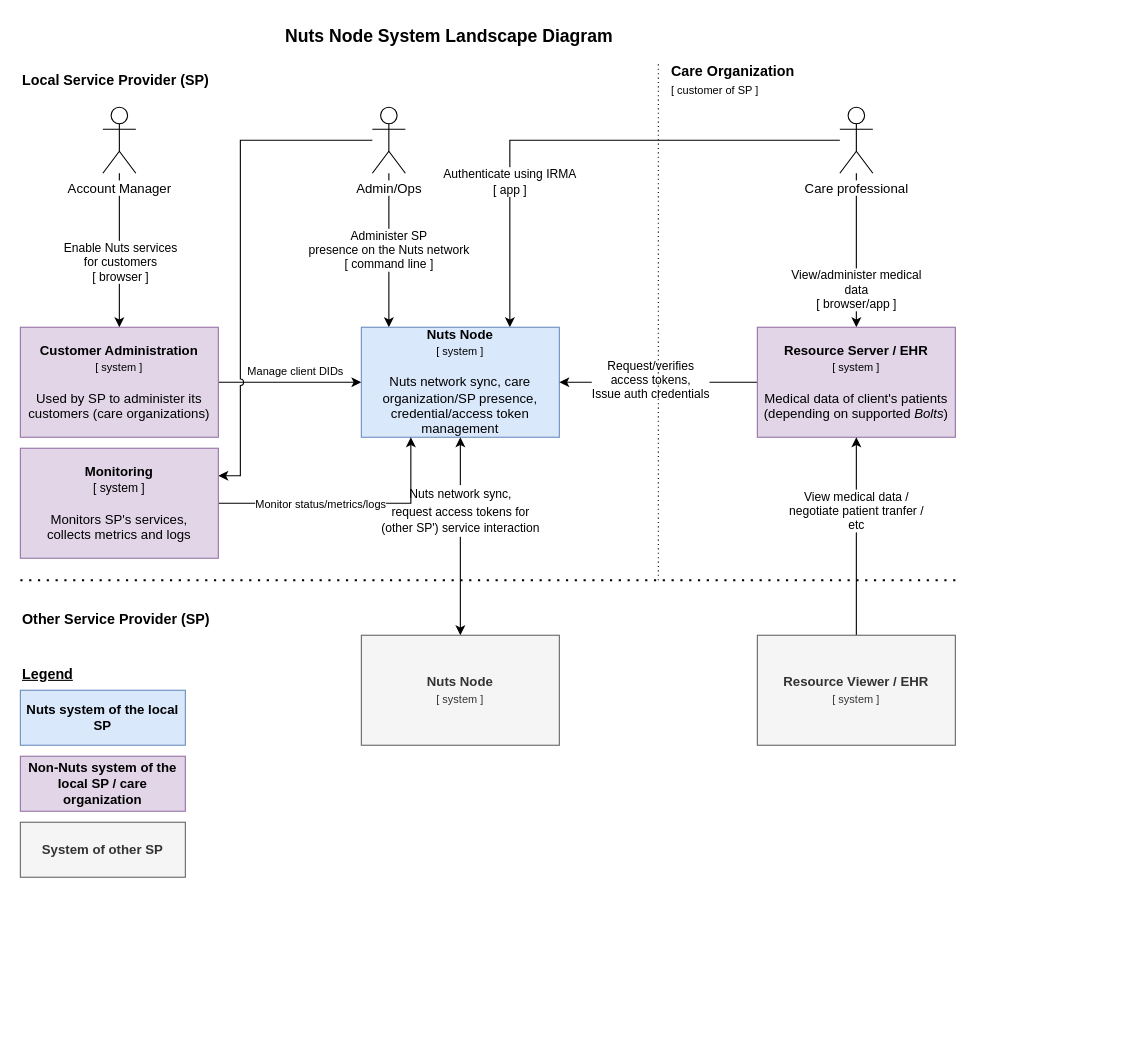
Before: page "System Landscape Diagram" (1 of 2) of docs/diagrams/deployment-diagram.drawio in nuts-foundation/nuts-node, a draw.io diagram. Source tidied: cells renumbered, new cells numbered last; positions are measured from the earlier drawing's top-left corner, leaving out a move shared by most shapes. Both pictures are drawn from the tidied source at 110%, with x=0, y=0 at pixel (20, 19).
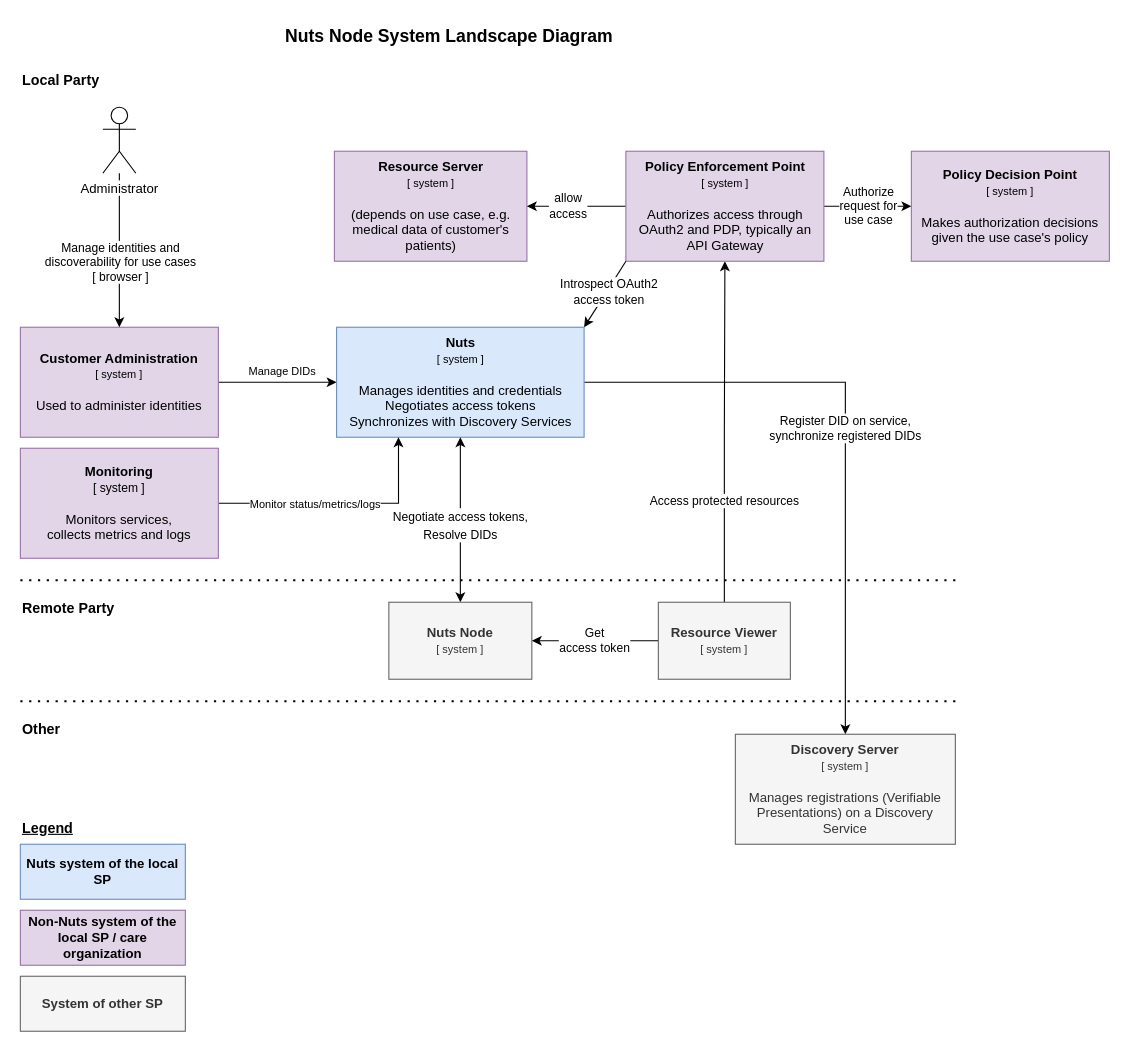
The same diagram, later.

The change refers to these unchanged cells:
```xml
<mxCell id="14" style="edgeStyle=orthogonalEdgeStyle;rounded=0;jettySize=auto;html=1;fontSize=10;entryX=0.5;entryY=0;entryDx=0;entryDy=0;" parent="1" edge="1" source="16" target="3">
  <mxGeometry relative="1" as="geometry" />
</mxCell>
```

Diff of the diagram source:
```diff
@@
-    <mxCell id="2" value="Manage client DIDs" style="edgeStyle=orthogonalEdgeStyle;rounded=0;jettySize=auto;html=1;fontSize=10;entryX=0;entryY=0.5;entryDx=0;entryDy=0;" parent="1" edge="1" source="3" target="10">
+    <mxCell id="2" value="Manage DIDs" style="edgeStyle=orthogonalEdgeStyle;rounded=0;jettySize=auto;html=1;fontSize=10;entryX=0;entryY=0.5;entryDx=0;entryDy=0;" parent="1" edge="1" source="3" target="10">
       <mxGeometry x="0.08" y="10" relative="1" as="geometry" />
     </mxCell>
-    <mxCell id="3" value="&lt;b&gt;Customer Administration&lt;br&gt;&lt;/b&gt;&lt;font style=&quot;font-size: 10px;&quot;&gt;[ system ]&lt;/font&gt;&lt;br&gt;&lt;br&gt;Used by SP to administer its customers (care organizations)" style="rounded=0;whiteSpace=wrap;html=1;fillColor=#e1d5e7;strokeColor=#9673a6;" parent="1" vertex="1">
+    <mxCell id="3" value="&lt;b&gt;Customer Administration&lt;br&gt;&lt;/b&gt;&lt;font style=&quot;font-size: 10px;&quot;&gt;[ system ]&lt;/font&gt;&lt;br&gt;&lt;br&gt;Used to administer identities" style="rounded=0;whiteSpace=wrap;html=1;fillColor=#e1d5e7;strokeColor=#9673a6;" parent="1" vertex="1">
       <mxGeometry y="280" width="180" height="100" as="geometry" />
     </mxCell>
-    <mxCell id="4" value="Administer SP&lt;br&gt;presence on the Nuts network&lt;br&gt;[ command line ]" style="edgeStyle=orthogonalEdgeStyle;rounded=0;jettySize=auto;html=1;entryX=0.139;entryY=0;entryDx=0;entryDy=0;entryPerimeter=0;" parent="1" edge="1" source="6" target="10">
-      <mxGeometry relative="1" as="geometry" />
-    </mxCell>
-    <mxCell id="5" style="edgeStyle=orthogonalEdgeStyle;rounded=0;jettySize=auto;html=1;fontSize=10;strokeWidth=1;entryX=1;entryY=0.25;entryDx=0;entryDy=0;jumpStyle=arc;" parent="1" edge="1" source="6" target="33">
-      <mxGeometry relative="1" as="geometry">
-        <Array as="points">
-          <mxPoint x="200" y="110" />
-          <mxPoint x="200" y="415" />
-        </Array>
-      </mxGeometry>
-    </mxCell>
-    <mxCell id="6" value="&lt;span style=&quot;background-color: rgb(255, 255, 255);&quot;&gt;Admin/Ops&lt;br&gt;&lt;/span&gt;" style="shape=umlActor;verticalLabelPosition=bottom;verticalAlign=top;html=1;outlineConnect=0;" parent="1" vertex="1">
-      <mxGeometry x="320" y="80" width="30" height="60" as="geometry" />
-    </mxCell>
-    <mxCell id="7" value="Authenticate using IRMA&lt;br&gt;[ app ]" style="edgeStyle=orthogonalEdgeStyle;rounded=0;jettySize=auto;html=1;entryX=0.75;entryY=0;entryDx=0;entryDy=0;" parent="1" edge="1" source="9" target="10">
-      <mxGeometry x="0.44" relative="1" as="geometry" />
-    </mxCell>
-    <mxCell id="8" value="&lt;font style=&quot;font-size: 11px;&quot;&gt;View/administer medical&lt;br&gt;data&lt;br&gt;[ browser/app ]&lt;br&gt;&lt;/font&gt;" style="edgeStyle=orthogonalEdgeStyle;rounded=0;jettySize=auto;html=1;fontSize=10;entryX=0.5;entryY=0;entryDx=0;entryDy=0;" parent="1" edge="1" source="9" target="13">
-      <mxGeometry x="0.52" relative="1" as="geometry" />
-    </mxCell>
-    <mxCell id="9" value="&lt;span style=&quot;background-color: rgb(255, 255, 255);&quot;&gt;Care professional&lt;br&gt;&lt;/span&gt;" style="shape=umlActor;verticalLabelPosition=bottom;verticalAlign=top;html=1;outlineConnect=0;" parent="1" vertex="1">
-      <mxGeometry x="745" y="80" width="30" height="60" as="geometry" />
-    </mxCell>
+    <mxCell id="34" value="Register DID on service,&lt;div&gt;synchronize registered DIDs&lt;/div&gt;" style="edgeStyle=orthogonalEdgeStyle;rounded=0;jettySize=auto;html=1;entryX=0.5;entryY=0;entryDx=0;entryDy=0;" parent="1" edge="1" source="10" target="40">
+      <mxGeometry relative="1" as="geometry" />
+    </mxCell>
-    <mxCell id="10" value="&lt;b&gt;Nuts Node&lt;br&gt;&lt;/b&gt;&lt;font style=&quot;font-size: 10px;&quot;&gt;[ system ]&lt;/font&gt;&lt;br&gt;&lt;br&gt;Nuts network sync, care organization/SP presence, credential/access token management" style="rounded=0;whiteSpace=wrap;html=1;fillColor=#dae8fc;strokeColor=#6c8ebf;" parent="1" vertex="1">
-      <mxGeometry x="310" y="280" width="180" height="100" as="geometry" />
+    <mxCell id="10" value="&lt;b&gt;Nuts&lt;br&gt;&lt;/b&gt;&lt;font style=&quot;font-size: 10px;&quot;&gt;[ system ]&lt;/font&gt;&lt;br&gt;&lt;br&gt;Manages identities and credentials&lt;div&gt;Negotiates access tokens&lt;/div&gt;&lt;div&gt;Synchronizes with Discovery Services&lt;/div&gt;" style="rounded=0;whiteSpace=wrap;html=1;fillColor=#dae8fc;strokeColor=#6c8ebf;" parent="1" vertex="1">
+      <mxGeometry x="287.5" y="280" width="225" height="100" as="geometry" />
     </mxCell>
-    <mxCell id="11" style="edgeStyle=orthogonalEdgeStyle;rounded=0;jettySize=auto;html=1;fontSize=11;strokeWidth=1;" parent="1" edge="1" source="13" target="10">
-      <mxGeometry relative="1" as="geometry" />
-    </mxCell>
-    <mxCell id="12" value="Request/verifies&lt;br&gt;access tokens,&lt;br&gt;Issue auth credentials" style="edgeLabel;html=1;align=center;verticalAlign=middle;fontSize=11;" parent="11" vertex="1">
-      <mxGeometry x="0.09" y="-3" relative="1" as="geometry" />
-    </mxCell>
-    <mxCell id="13" value="&lt;font style=&quot;&quot;&gt;&lt;b&gt;Resource Server / EHR&lt;br&gt;&lt;/b&gt;&lt;/font&gt;&lt;font style=&quot;font-size: 10px;&quot;&gt;[ system ]&lt;/font&gt;&lt;br&gt;&lt;br&gt;Medical data of client's patients&lt;br&gt;(depending on supported&amp;nbsp;&lt;i&gt;Bolts&lt;/i&gt;)" style="rounded=0;whiteSpace=wrap;html=1;fillColor=#e1d5e7;strokeColor=#9673a6;" parent="1" vertex="1">
-      <mxGeometry x="670" y="280" width="180" height="100" as="geometry" />
+    <mxCell id="13" value="&lt;font style=&quot;&quot;&gt;&lt;b&gt;Resource Server&lt;br&gt;&lt;/b&gt;&lt;/font&gt;&lt;font style=&quot;font-size: 10px;&quot;&gt;[ system ]&lt;/font&gt;&lt;br&gt;&lt;br&gt;(depends on use case, e.g. medical data of customer's patients)" style="rounded=0;whiteSpace=wrap;html=1;fillColor=#e1d5e7;strokeColor=#9673a6;" parent="1" vertex="1">
+      <mxGeometry x="285.5" y="120" width="175" height="100" as="geometry" />
     </mxCell>
@@
-    <mxCell id="15" value="&lt;font style=&quot;font-size: 11px;&quot;&gt;Enable Nuts services&lt;br&gt;for customers&lt;br&gt;[ browser ]&lt;br&gt;&lt;/font&gt;" style="edgeLabel;html=1;align=center;verticalAlign=middle;fontSize=10;" parent="14" vertex="1">
+    <mxCell id="15" value="&lt;font style=&quot;font-size: 11px;&quot;&gt;Manage identities and&lt;div style=&quot;font-size: 10px;&quot;&gt;&lt;font style=&quot;font-size: 11px;&quot;&gt;discoverability for use cases&lt;br&gt;[ browser ]&lt;/font&gt;&lt;/div&gt;&lt;/font&gt;" style="edgeLabel;html=1;align=center;verticalAlign=middle;fontSize=10;" parent="14" vertex="1">
       <mxGeometry x="-0.09" y="2" relative="1" as="geometry">
         <mxPoint x="-2" y="16" as="offset" />
       </mxGeometry>
     </mxCell>
-    <mxCell id="16" value="&lt;span style=&quot;background-color: rgb(255, 255, 255);&quot;&gt;Account Manager&lt;br&gt;&lt;/span&gt;" style="shape=umlActor;verticalLabelPosition=bottom;verticalAlign=top;html=1;outlineConnect=0;" parent="1" vertex="1">
+    <mxCell id="16" value="&lt;span style=&quot;background-color: rgb(255, 255, 255);&quot;&gt;Administrator&lt;br&gt;&lt;/span&gt;" style="shape=umlActor;verticalLabelPosition=bottom;verticalAlign=top;html=1;outlineConnect=0;" parent="1" vertex="1">
       <mxGeometry x="75" y="80" width="30" height="60" as="geometry" />
     </mxCell>
-    <mxCell id="17" value="Local Service Provider (SP)" style="text;html=1;strokeColor=none;fillColor=none;align=left;verticalAlign=middle;whiteSpace=wrap;rounded=0;dashed=1;fontSize=13;fontStyle=1;" parent="1" vertex="1">
+    <mxCell id="17" value="Local Party" style="text;html=1;strokeColor=none;fillColor=none;align=left;verticalAlign=middle;whiteSpace=wrap;rounded=0;dashed=1;fontSize=13;fontStyle=1;" parent="1" vertex="1">
       <mxGeometry y="40" width="180" height="30" as="geometry" />
     </mxCell>
-    <mxCell id="18" value="&lt;font style=&quot;font-size: 11px;&quot;&gt;View medical data /&lt;br&gt;negotiate patient tranfer /&lt;br&gt;etc&lt;/font&gt;" style="edgeStyle=orthogonalEdgeStyle;rounded=0;jettySize=auto;html=1;fontSize=10;entryX=0.5;entryY=1;entryDx=0;entryDy=0;exitX=0.5;exitY=0;exitDx=0;exitDy=0;" parent="1" edge="1" source="21" target="13">
-      <mxGeometry x="0.25" relative="1" as="geometry" />
+    <mxCell id="18" value="&lt;span style=&quot;font-size: 11px;&quot;&gt;Access protected resources&lt;/span&gt;" style="edgeStyle=orthogonalEdgeStyle;rounded=0;jettySize=auto;html=1;fontSize=10;exitX=0.5;exitY=0;exitDx=0;exitDy=0;" parent="1" edge="1" source="21" target="39">
+      <mxGeometry x="-0.41" relative="1" as="geometry" />
     </mxCell>
-    <mxCell id="19" value="&lt;font style=&quot;font-size: 11px;&quot;&gt;Nuts network sync,&lt;br&gt;request access tokens for&lt;br&gt;(other SP') service interaction&lt;/font&gt;" style="edgeStyle=orthogonalEdgeStyle;rounded=0;jettySize=auto;html=1;fontSize=13;entryX=0.5;entryY=1;entryDx=0;entryDy=0;startArrow=classic;startFill=1;" parent="1" edge="1" source="20" target="10">
-      <mxGeometry x="0.25" relative="1" as="geometry" />
+    <mxCell id="19" value="&lt;span style=&quot;font-size: 11px;&quot;&gt;Negotiate access tokens,&lt;/span&gt;&lt;div&gt;&lt;span style=&quot;font-size: 11px;&quot;&gt;Resolve DIDs&lt;/span&gt;&lt;/div&gt;" style="edgeStyle=orthogonalEdgeStyle;rounded=0;jettySize=auto;html=1;fontSize=13;entryX=0.5;entryY=1;entryDx=0;entryDy=0;startArrow=classic;startFill=1;" parent="1" edge="1" source="20" target="10">
+      <mxGeometry x="-0.07" relative="1" as="geometry" />
     </mxCell>
     <mxCell id="20" value="&lt;b&gt;Nuts Node&lt;br&gt;&lt;/b&gt;&lt;font style=&quot;font-size: 10px;&quot;&gt;[ system ]&lt;/font&gt;" style="rounded=0;whiteSpace=wrap;html=1;fillColor=#f5f5f5;strokeColor=#666666;fontColor=#333333;" parent="1" vertex="1">
-      <mxGeometry x="310" y="560" width="180" height="100" as="geometry" />
+      <mxGeometry x="335" y="530" width="130" height="70" as="geometry" />
     </mxCell>
+    <mxCell id="35" value="Get&lt;div&gt;access token&lt;/div&gt;" style="edgeStyle=orthogonalEdgeStyle;rounded=0;jettySize=auto;html=1;" parent="1" edge="1" source="21" target="20">
+      <mxGeometry relative="1" as="geometry" />
+    </mxCell>
-    <mxCell id="21" value="&lt;font style=&quot;&quot;&gt;&lt;b&gt;Resource Viewer / EHR&lt;br&gt;&lt;/b&gt;&lt;/font&gt;&lt;font style=&quot;font-size: 10px;&quot;&gt;[ system ]&lt;/font&gt;" style="rounded=0;whiteSpace=wrap;html=1;fillColor=#f5f5f5;strokeColor=#666666;fontColor=#333333;" parent="1" vertex="1">
-      <mxGeometry x="670" y="560" width="180" height="100" as="geometry" />
+    <mxCell id="21" value="&lt;font style=&quot;&quot;&gt;&lt;b&gt;Resource Viewer&lt;br&gt;&lt;/b&gt;&lt;/font&gt;&lt;font style=&quot;font-size: 10px;&quot;&gt;[ system ]&lt;/font&gt;" style="rounded=0;whiteSpace=wrap;html=1;fillColor=#f5f5f5;strokeColor=#666666;fontColor=#333333;" parent="1" vertex="1">
+      <mxGeometry x="580" y="530" width="120" height="70" as="geometry" />
     </mxCell>
-    <mxCell id="22" value="Other Service Provider (SP)" style="text;html=1;strokeColor=none;fillColor=none;align=left;verticalAlign=middle;whiteSpace=wrap;rounded=0;dashed=1;fontSize=13;fontStyle=1;" parent="1" vertex="1">
-      <mxGeometry y="530" width="220" height="30" as="geometry" />
+    <mxCell id="22" value="Remote Party" style="text;html=1;strokeColor=none;fillColor=none;align=left;verticalAlign=middle;whiteSpace=wrap;rounded=0;dashed=1;fontSize=13;fontStyle=1;" parent="1" vertex="1">
+      <mxGeometry y="520" width="220" height="30" as="geometry" />
     </mxCell>
@@
     <mxCell id="24" value="&lt;b&gt;System of other SP&lt;/b&gt;" style="rounded=0;whiteSpace=wrap;html=1;fillColor=#f5f5f5;strokeColor=#666666;fontColor=#333333;" parent="1" vertex="1">
-      <mxGeometry y="730" width="150" height="50" as="geometry" />
+      <mxGeometry y="870" width="150" height="50" as="geometry" />
     </mxCell>
     <mxCell id="25" value="Legend" style="text;html=1;strokeColor=none;fillColor=none;align=left;verticalAlign=middle;whiteSpace=wrap;rounded=0;dashed=1;fontSize=13;fontStyle=5;" parent="1" vertex="1">
-      <mxGeometry y="580" width="140" height="30" as="geometry" />
+      <mxGeometry y="720" width="140" height="30" as="geometry" />
     </mxCell>
     <mxCell id="26" value="&lt;b&gt;Non-Nuts system of the local SP / care organization&lt;/b&gt;" style="rounded=0;whiteSpace=wrap;html=1;fillColor=#e1d5e7;strokeColor=#9673a6;" parent="1" vertex="1">
-      <mxGeometry y="670" width="150" height="50" as="geometry" />
+      <mxGeometry y="810" width="150" height="50" as="geometry" />
     </mxCell>
     <mxCell id="27" value="&lt;b&gt;Nuts system of the local SP&lt;/b&gt;" style="rounded=0;whiteSpace=wrap;html=1;fillColor=#dae8fc;strokeColor=#6c8ebf;" parent="1" vertex="1">
-      <mxGeometry y="610" width="150" height="50" as="geometry" />
+      <mxGeometry y="750" width="150" height="50" as="geometry" />
     </mxCell>
-    <mxCell id="28" style="endArrow=none;dashed=1;html=1;dashPattern=1 3;strokeWidth=1;rounded=0;fontSize=13;" parent="1" edge="1">
-      <mxGeometry relative="1" as="geometry">
-        <mxPoint x="580" y="510" as="sourcePoint" />
-        <mxPoint x="580" y="40" as="targetPoint" />
-      </mxGeometry>
-    </mxCell>
@@
-    <mxCell id="30" value="Care Organization&lt;br&gt;&lt;span style=&quot;font-weight: normal;&quot;&gt;&lt;font style=&quot;font-size: 10px;&quot;&gt;[ customer of SP ]&lt;/font&gt;&lt;/span&gt;" style="text;html=1;strokeColor=none;fillColor=none;align=left;verticalAlign=middle;whiteSpace=wrap;rounded=0;dashed=1;fontSize=13;fontStyle=1;" parent="1" vertex="1">
-      <mxGeometry x="590" y="40" width="140" height="30" as="geometry" />
-    </mxCell>
@@
-    <mxCell id="33" value="&lt;b&gt;Monitoring&lt;br&gt;&lt;/b&gt;&lt;font style=&quot;font-size: 11px;&quot;&gt;&lt;font style=&quot;font-size: 11px;&quot;&gt;[ system ]&lt;/font&gt;&lt;br&gt;&lt;/font&gt;&lt;br&gt;Monitors SP's services,&lt;br&gt;collects metrics and logs" style="rounded=0;whiteSpace=wrap;html=1;fillColor=#e1d5e7;strokeColor=#9673a6;" parent="1" vertex="1">
+    <mxCell id="33" value="&lt;b&gt;Monitoring&lt;br&gt;&lt;/b&gt;&lt;font style=&quot;font-size: 11px;&quot;&gt;&lt;font style=&quot;font-size: 11px;&quot;&gt;[ system ]&lt;/font&gt;&lt;br&gt;&lt;/font&gt;&lt;br&gt;Monitors services,&lt;br&gt;collects metrics and logs" style="rounded=0;whiteSpace=wrap;html=1;fillColor=#e1d5e7;strokeColor=#9673a6;" parent="1" vertex="1">
       <mxGeometry y="390" width="180" height="100" as="geometry" />
     </mxCell>
+    <mxCell id="36" style="edgeStyle=orthogonalEdgeStyle;rounded=0;jettySize=auto;html=1;entryX=1;entryY=0.5;entryDx=0;entryDy=0;" parent="1" edge="1" source="39" target="13">
+      <mxGeometry relative="1" as="geometry" />
+    </mxCell>
+    <mxCell id="37" value="allow&lt;div&gt;access&lt;/div&gt;" style="edgeLabel;html=1;align=center;verticalAlign=middle;" parent="36" vertex="1">
+      <mxGeometry x="0.18" y="-1" relative="1" as="geometry" />
+    </mxCell>
+    <mxCell id="38" value="Authorize&lt;div&gt;request for&lt;/div&gt;&lt;div&gt;use case&lt;/div&gt;" style="edgeStyle=orthogonalEdgeStyle;rounded=0;jettySize=auto;html=1;" parent="1" edge="1" source="39" target="43">
+      <mxGeometry relative="1" as="geometry" />
+    </mxCell>
+    <mxCell id="39" value="&lt;font style=&quot;&quot;&gt;&lt;b&gt;Policy Enforcement Point&lt;/b&gt;&lt;/font&gt;&lt;div&gt;&lt;font style=&quot;font-size: 10px;&quot;&gt;[ system ]&lt;/font&gt;&lt;br&gt;&lt;br&gt;Authorizes access through OAuth2 and PDP, typically an API Gateway&lt;/div&gt;" style="rounded=0;whiteSpace=wrap;html=1;fillColor=#e1d5e7;strokeColor=#9673a6;" parent="1" vertex="1">
+      <mxGeometry x="550.5" y="120" width="180" height="100" as="geometry" />
+    </mxCell>
+    <mxCell id="40" value="&lt;font style=&quot;&quot;&gt;&lt;b&gt;Discovery Server&lt;br&gt;&lt;/b&gt;&lt;/font&gt;&lt;font style=&quot;font-size: 10px;&quot;&gt;[ system ]&lt;/font&gt;&lt;div&gt;&lt;font style=&quot;font-size: 10px;&quot;&gt;&lt;br&gt;&lt;/font&gt;&lt;/div&gt;&lt;div&gt;&lt;font style=&quot;font-size: 10px;&quot;&gt;&lt;span style=&quot;font-size: 12px;&quot;&gt;Manages registrations (Verifiable Presentations) on a Discovery Service&lt;/span&gt;&lt;br&gt;&lt;/font&gt;&lt;/div&gt;" style="rounded=0;whiteSpace=wrap;html=1;fillColor=#f5f5f5;strokeColor=#666666;fontColor=#333333;" parent="1" vertex="1">
+      <mxGeometry x="650" y="650" width="200" height="100" as="geometry" />
+    </mxCell>
+    <mxCell id="41" value="Other" style="text;html=1;strokeColor=none;fillColor=none;align=left;verticalAlign=middle;whiteSpace=wrap;rounded=0;dashed=1;fontSize=13;fontStyle=1;" parent="1" vertex="1">
+      <mxGeometry y="630" width="220" height="30" as="geometry" />
+    </mxCell>
+    <mxCell id="42" style="endArrow=none;dashed=1;html=1;dashPattern=1 3;strokeWidth=2;rounded=0;fontSize=13;" parent="1" edge="1">
+      <mxGeometry relative="1" as="geometry">
+        <mxPoint y="620" as="sourcePoint" />
+        <mxPoint x="850" y="620" as="targetPoint" />
+      </mxGeometry>
+    </mxCell>
+    <mxCell id="43" value="&lt;font style=&quot;&quot;&gt;&lt;b&gt;Policy Decision Point&lt;/b&gt;&lt;/font&gt;&lt;div&gt;&lt;font style=&quot;font-size: 10px;&quot;&gt;[ system ]&lt;/font&gt;&lt;br&gt;&lt;br&gt;Makes authorization decisions given the use case's policy&lt;/div&gt;" style="rounded=0;whiteSpace=wrap;html=1;fillColor=#e1d5e7;strokeColor=#9673a6;" parent="1" vertex="1">
+      <mxGeometry x="810" y="120" width="180" height="100" as="geometry" />
+    </mxCell>
+    <mxCell id="44" style="endArrow=classic;html=1;rounded=0;entryX=1;entryY=0;entryDx=0;entryDy=0;exitX=0;exitY=1;exitDx=0;exitDy=0;" parent="1" edge="1" source="39" target="10">
+      <mxGeometry relative="1" as="geometry" />
+    </mxCell>
+    <mxCell id="45" value="Introspect OAuth2&lt;div&gt;access token&lt;/div&gt;" style="edgeLabel;html=1;align=center;verticalAlign=middle;" parent="44" vertex="1">
+      <mxGeometry x="-0.09" y="1" relative="1" as="geometry" />
+    </mxCell>
```
